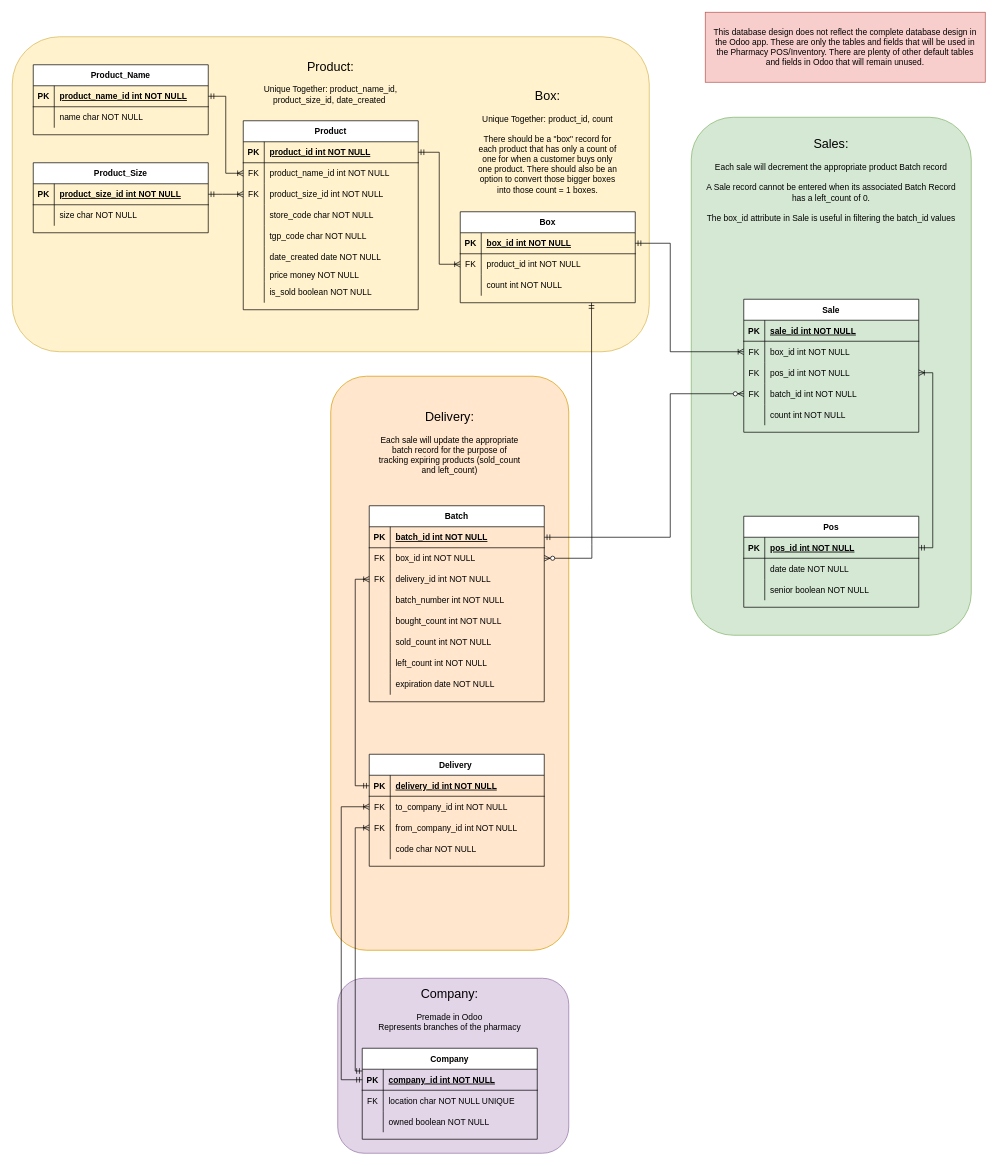
Before: db-design.drawio in thisLexic/pharma-pos, a draw.io diagram. Source tidied: cells renumbered, new cells numbered last; positions are measured from the earlier drawing's top-left corner, leaving out a move shared by most shapes. Both pictures are drawn from the tidied source at 70%, with x=0, y=0 at pixel (12, 12).
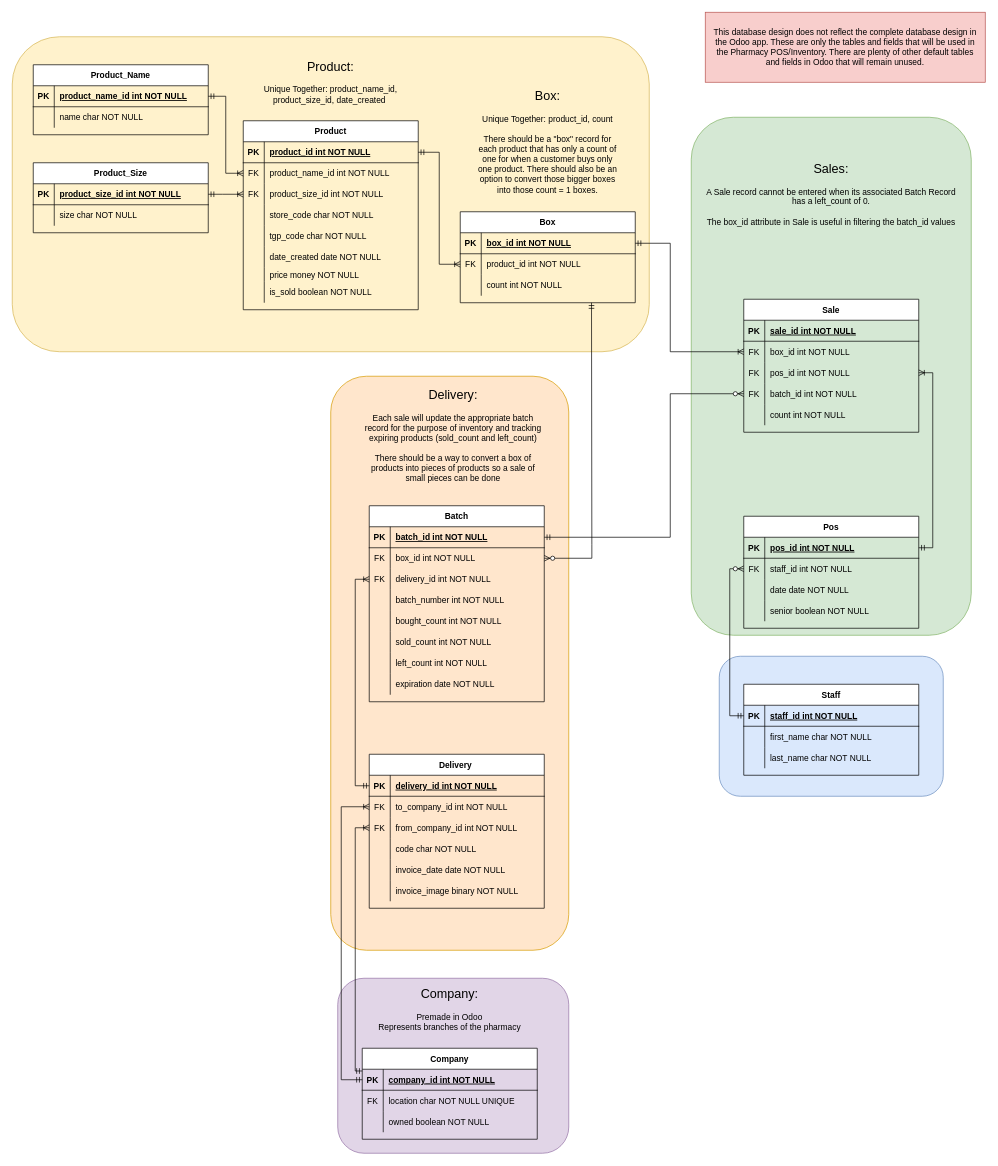
The same page after the edit.

Commit message:
added Staff table and more comments with the Delivery section

Change to the diagram source:
```diff
@@
+    <mxCell id="146" style="rounded=1;whiteSpace=wrap;html=1;fillColor=#dae8fc;strokeColor=#6c8ebf;" parent="1" vertex="1">
+      <mxGeometry x="1010" y="920" width="320" height="200" as="geometry" />
+    </mxCell>
@@
     <mxCell id="7" value="Delivery " style="shape=table;startSize=30;childLayout=tableLayout;rowLines=0;fontStyle=1;align=center;" parent="1" vertex="1">
-      <mxGeometry x="510" y="1060" width="250" height="160" as="geometry" />
+      <mxGeometry x="510" y="1060" width="250" height="220" as="geometry" />
     </mxCell>
@@
+    <mxCell id="147" style="shape=partialRectangle;fillColor=none;top=0;left=0;right=0;bottom=0;" parent="7" vertex="1">
+      <mxGeometry y="150" width="250" height="30" as="geometry" />
+    </mxCell>
+    <mxCell id="148" style="shape=partialRectangle;overflow=hidden;fillColor=none;top=0;left=0;bottom=0;right=0;" parent="147" vertex="1">
+      <mxGeometry width="30" height="30" as="geometry" />
+    </mxCell>
+    <mxCell id="149" value="invoice_date date NOT NULL" style="shape=partialRectangle;overflow=hidden;fillColor=none;top=0;left=0;bottom=0;right=0;align=left;spacingLeft=6;" parent="147" vertex="1">
+      <mxGeometry x="30" width="220" height="30" as="geometry" />
+    </mxCell>
+    <mxCell id="150" style="shape=partialRectangle;fillColor=none;top=0;left=0;right=0;bottom=0;" parent="7" vertex="1">
+      <mxGeometry y="180" width="250" height="30" as="geometry" />
+    </mxCell>
+    <mxCell id="151" style="shape=partialRectangle;overflow=hidden;fillColor=none;top=0;left=0;bottom=0;right=0;" parent="150" vertex="1">
+      <mxGeometry width="30" height="30" as="geometry" />
+    </mxCell>
+    <mxCell id="152" value="invoice_image binary NOT NULL" style="shape=partialRectangle;overflow=hidden;fillColor=none;top=0;left=0;bottom=0;right=0;align=left;spacingLeft=6;" parent="150" vertex="1">
+      <mxGeometry x="30" width="220" height="30" as="geometry" />
+    </mxCell>
     <mxCell id="20" value="Pos" style="shape=table;startSize=30;childLayout=tableLayout;rowLines=0;fontStyle=1;align=center;" parent="1" vertex="1">
-      <mxGeometry x="1045" y="720" width="250" height="130" as="geometry" />
+      <mxGeometry x="1045" y="720" width="250" height="160" as="geometry" />
     </mxCell>
@@
+    <mxCell id="153" style="shape=partialRectangle;fillColor=none;points=[[0,0.5],[1,0.5]];portConstraint=eastwest;top=0;left=0;right=0;bottom=0;" parent="20" vertex="1">
+      <mxGeometry y="60" width="250" height="30" as="geometry" />
+    </mxCell>
+    <mxCell id="154" value="FK" style="shape=partialRectangle;overflow=hidden;fillColor=none;top=0;left=0;bottom=0;right=0;" parent="153" vertex="1">
+      <mxGeometry width="30" height="30" as="geometry" />
+    </mxCell>
+    <mxCell id="155" value="staff_id int NOT NULL" style="shape=partialRectangle;overflow=hidden;fillColor=none;top=0;left=0;bottom=0;right=0;align=left;spacingLeft=6;" parent="153" vertex="1">
+      <mxGeometry x="30" width="220" height="30" as="geometry" />
+    </mxCell>
     <mxCell id="24" style="shape=partialRectangle;fillColor=none;top=0;left=0;right=0;bottom=0;" parent="20" vertex="1">
-      <mxGeometry y="60" width="250" height="30" as="geometry" />
+      <mxGeometry y="90" width="250" height="30" as="geometry" />
     </mxCell>
@@
     <mxCell id="27" style="shape=partialRectangle;fillColor=none;top=0;left=0;right=0;bottom=0;" parent="20" vertex="1">
-      <mxGeometry y="90" width="250" height="30" as="geometry" />
+      <mxGeometry y="120" width="250" height="30" as="geometry" />
     </mxCell>
@@
-    <mxCell id="91" value="&lt;font style=&quot;font-size: 18px&quot;&gt;Sales:&lt;/font&gt;&lt;br&gt;&lt;br&gt;Each sale will decrement the appropriate product Batch record&lt;br&gt;&lt;br&gt;A Sale record cannot be entered when its associated Batch Record has a left_count of 0.&lt;br&gt;&lt;br&gt;The box_id attribute in Sale is useful in filtering the batch_id values" style="text;html=1;strokeColor=none;fillColor=none;align=center;verticalAlign=middle;whiteSpace=wrap;rounded=0;" parent="1" vertex="1">
-      <mxGeometry x="990" y="180" width="360" height="120" as="geometry" />
+    <mxCell id="91" value="&lt;font style=&quot;font-size: 18px&quot;&gt;Sales:&lt;/font&gt;&lt;br&gt;&lt;br&gt;A Sale record cannot be entered when its associated Batch Record has a left_count of 0.&lt;br&gt;&lt;br&gt;The box_id attribute in Sale is useful in filtering the batch_id values" style="text;html=1;strokeColor=none;fillColor=none;align=center;verticalAlign=middle;whiteSpace=wrap;rounded=0;" parent="1" vertex="1">
+      <mxGeometry x="990" y="200" width="360" height="120" as="geometry" />
     </mxCell>
@@
-    <mxCell id="132" value="&lt;font style=&quot;font-size: 18px&quot;&gt;Delivery:&lt;/font&gt;&lt;br&gt;&lt;br&gt;Each sale will update the appropriate batch record for the purpose of tracking expiring products (sold_count and left_count)" style="text;html=1;strokeColor=none;fillColor=none;align=center;verticalAlign=middle;whiteSpace=wrap;rounded=0;" parent="1" vertex="1">
-      <mxGeometry x="520" y="580" width="210" height="70" as="geometry" />
+    <mxCell id="132" value="&lt;font style=&quot;font-size: 18px&quot;&gt;Delivery:&lt;/font&gt;&lt;br&gt;&lt;br&gt;Each sale will update the appropriate batch record for the purpose of inventory and tracking expiring products (sold_count and left_count)&lt;br&gt;&lt;br&gt;There should be a way to convert a box of products into pieces of products so a sale of small pieces can be done" style="text;html=1;strokeColor=none;fillColor=none;align=center;verticalAlign=middle;whiteSpace=wrap;rounded=0;" parent="1" vertex="1">
+      <mxGeometry x="500" y="530" width="260" height="150" as="geometry" />
     </mxCell>
@@
+    <mxCell id="156" value="Staff" style="shape=table;startSize=30;childLayout=tableLayout;rowLines=0;fontStyle=1;align=center;" parent="1" vertex="1">
+      <mxGeometry x="1045" y="960" width="250" height="130" as="geometry" />
+    </mxCell>
+    <mxCell id="157" style="shape=partialRectangle;fillColor=none;points=[[0,0.5],[1,0.5]];portConstraint=eastwest;top=0;left=0;right=0;bottom=1;" parent="156" vertex="1">
+      <mxGeometry y="30" width="250" height="30" as="geometry" />
+    </mxCell>
+    <mxCell id="158" value="PK" style="shape=partialRectangle;overflow=hidden;fillColor=none;top=0;left=0;bottom=0;right=0;fontStyle=1;" parent="157" vertex="1">
+      <mxGeometry width="30" height="30" as="geometry" />
+    </mxCell>
+    <mxCell id="159" value="staff_id int NOT NULL " style="shape=partialRectangle;overflow=hidden;fillColor=none;top=0;left=0;bottom=0;right=0;align=left;spacingLeft=6;fontStyle=5;" parent="157" vertex="1">
+      <mxGeometry x="30" width="220" height="30" as="geometry" />
+    </mxCell>
+    <mxCell id="160" style="shape=partialRectangle;fillColor=none;top=0;left=0;right=0;bottom=0;" parent="156" vertex="1">
+      <mxGeometry y="60" width="250" height="30" as="geometry" />
+    </mxCell>
+    <mxCell id="161" style="shape=partialRectangle;overflow=hidden;fillColor=none;top=0;left=0;bottom=0;right=0;" parent="160" vertex="1">
+      <mxGeometry width="30" height="30" as="geometry" />
+    </mxCell>
+    <mxCell id="162" value="first_name char NOT NULL" style="shape=partialRectangle;overflow=hidden;fillColor=none;top=0;left=0;bottom=0;right=0;align=left;spacingLeft=6;" parent="160" vertex="1">
+      <mxGeometry x="30" width="220" height="30" as="geometry" />
+    </mxCell>
+    <mxCell id="163" style="shape=partialRectangle;fillColor=none;top=0;left=0;right=0;bottom=0;" parent="156" vertex="1">
+      <mxGeometry y="90" width="250" height="30" as="geometry" />
+    </mxCell>
+    <mxCell id="164" style="shape=partialRectangle;overflow=hidden;fillColor=none;top=0;left=0;bottom=0;right=0;" parent="163" vertex="1">
+      <mxGeometry width="30" height="30" as="geometry" />
+    </mxCell>
+    <mxCell id="165" value="last_name char NOT NULL" style="shape=partialRectangle;overflow=hidden;fillColor=none;top=0;left=0;bottom=0;right=0;align=left;spacingLeft=6;" parent="163" vertex="1">
+      <mxGeometry x="30" width="220" height="30" as="geometry" />
+    </mxCell>
+    <mxCell id="166" style="edgeStyle=orthogonalEdgeStyle;rounded=0;jettySize=auto;html=1;exitX=0;exitY=0.5;exitDx=0;exitDy=0;entryX=0;entryY=0.5;entryDx=0;entryDy=0;startArrow=ERzeroToMany;startFill=1;endArrow=ERmandOne;endFill=0;" parent="1" edge="1" source="153" target="157">
+      <mxGeometry relative="1" as="geometry" />
+    </mxCell>
```
